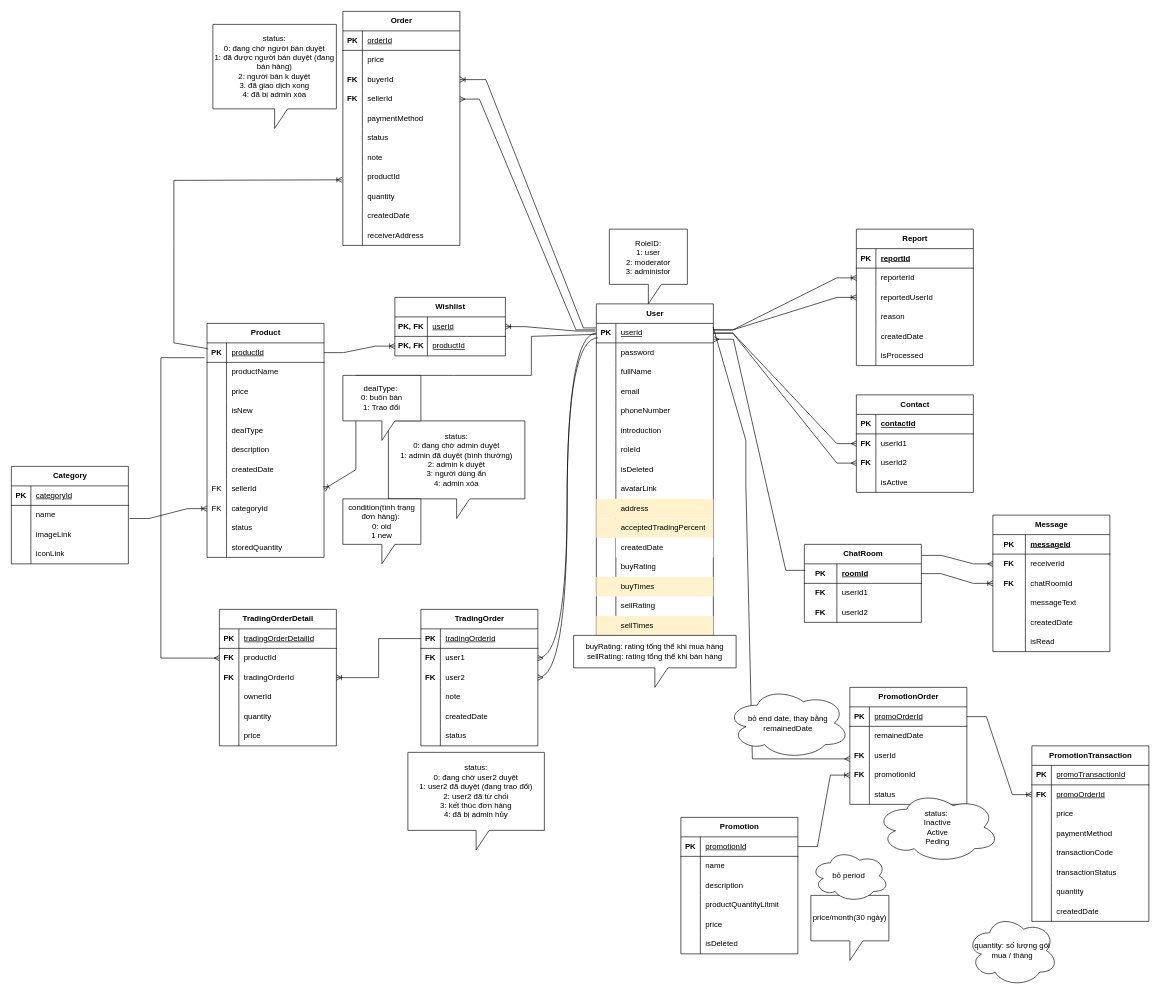
Before: document/ERDPhysic.drawio in annguyenbinh03/FUFleamarket, a draw.io diagram. Source tidied: cells renumbered, new cells numbered last; positions are measured from the earlier drawing's top-left corner, leaving out a move shared by most shapes. Both pictures are drawn from the tidied source at 65%, with x=0, y=0 at pixel (11, 11).
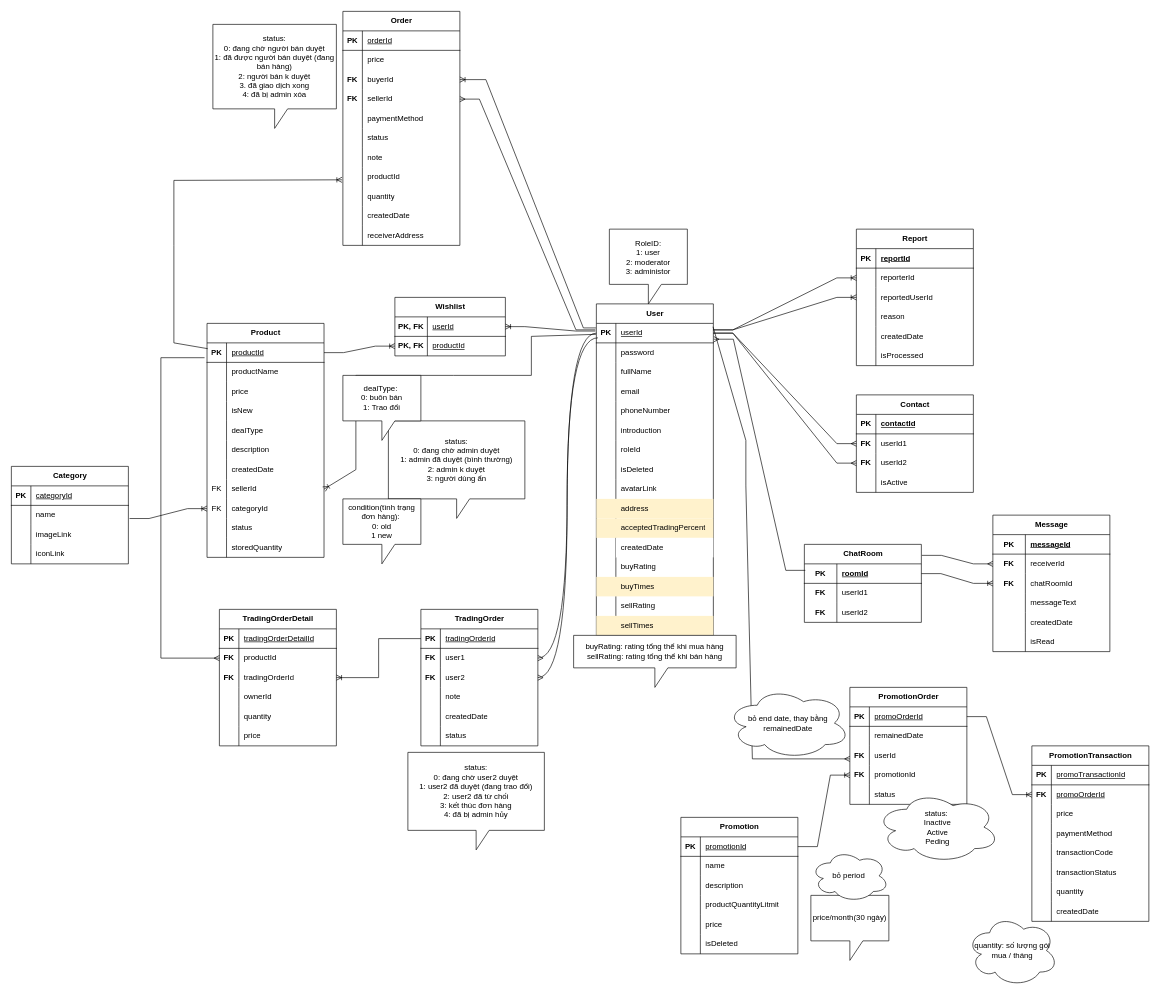
After the change.

Change to the diagram source:
```diff
@@
-    <mxCell id="181" value="status:&lt;br&gt;0: đang chờ admin duyệt&lt;br&gt;1: admin đã duyệt (bình thường)&lt;br&gt;2: admin k duyệt&lt;br&gt;3: người dùng ẩn&lt;br&gt;4: admin xóa" style="shape=callout;whiteSpace=wrap;html=1;perimeter=calloutPerimeter;" parent="1" vertex="1">
+    <mxCell id="181" value="status:&lt;br&gt;0: đang chờ admin duyệt&lt;br&gt;1: admin đã duyệt (bình thường)&lt;br&gt;2: admin k duyệt&lt;br&gt;3: người dùng ẩn&lt;br&gt;" style="shape=callout;whiteSpace=wrap;html=1;perimeter=calloutPerimeter;" parent="1" vertex="1">
       <mxGeometry x="580" y="630" width="210" height="150" as="geometry" />
     </mxCell>
```
